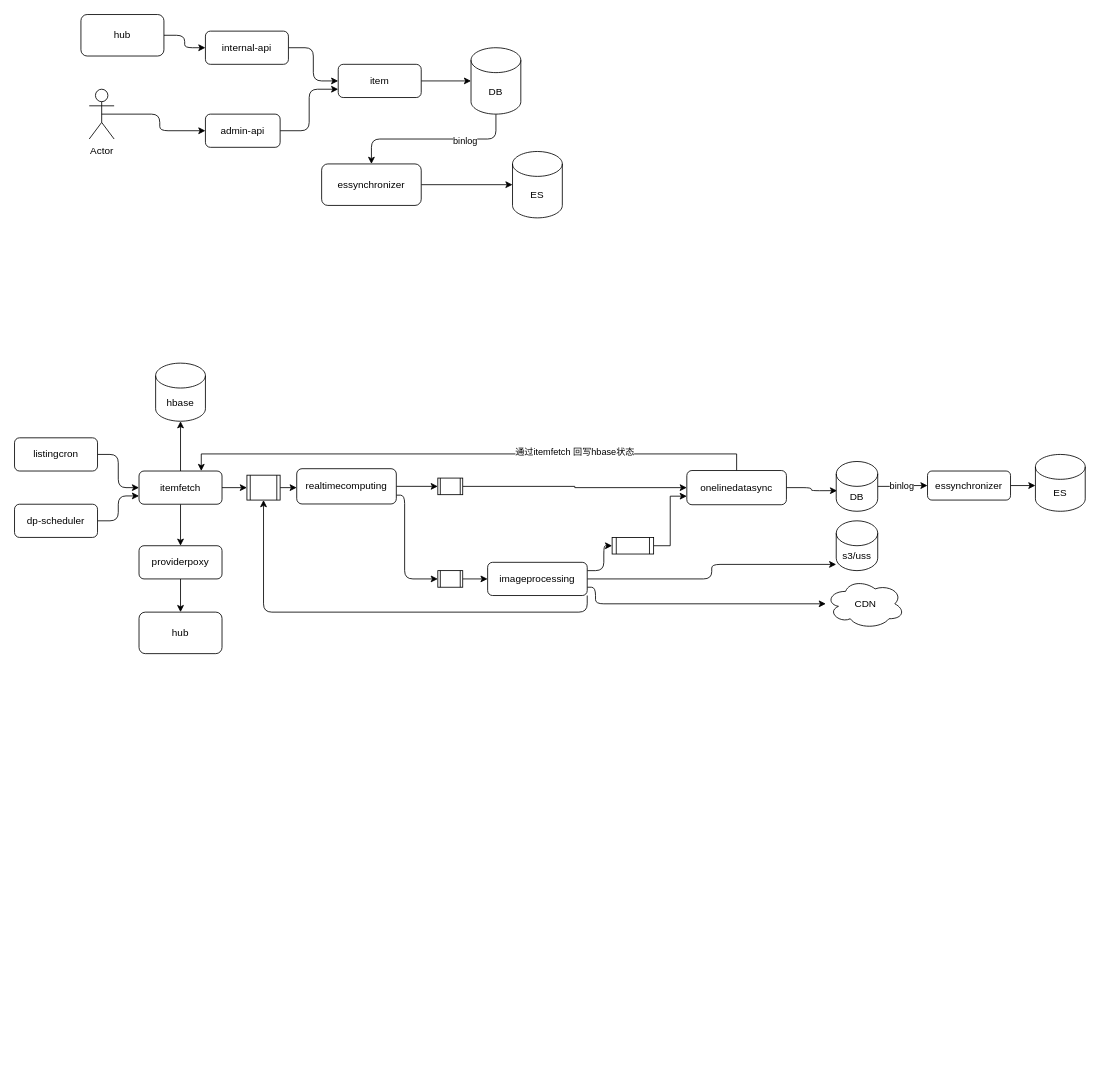
Before: page "同步架构梳理" (2 of 2) of source/diagrams/movie.drawio in wxquare/wxquare.github.io, a draw.io diagram. Source tidied: cells renumbered, new cells numbered last; positions are measured from the earlier drawing's top-left corner, leaving out a move shared by most shapes. Both pictures are drawn from the tidied source at 83%, with x=0, y=0 at pixel (14, 14).
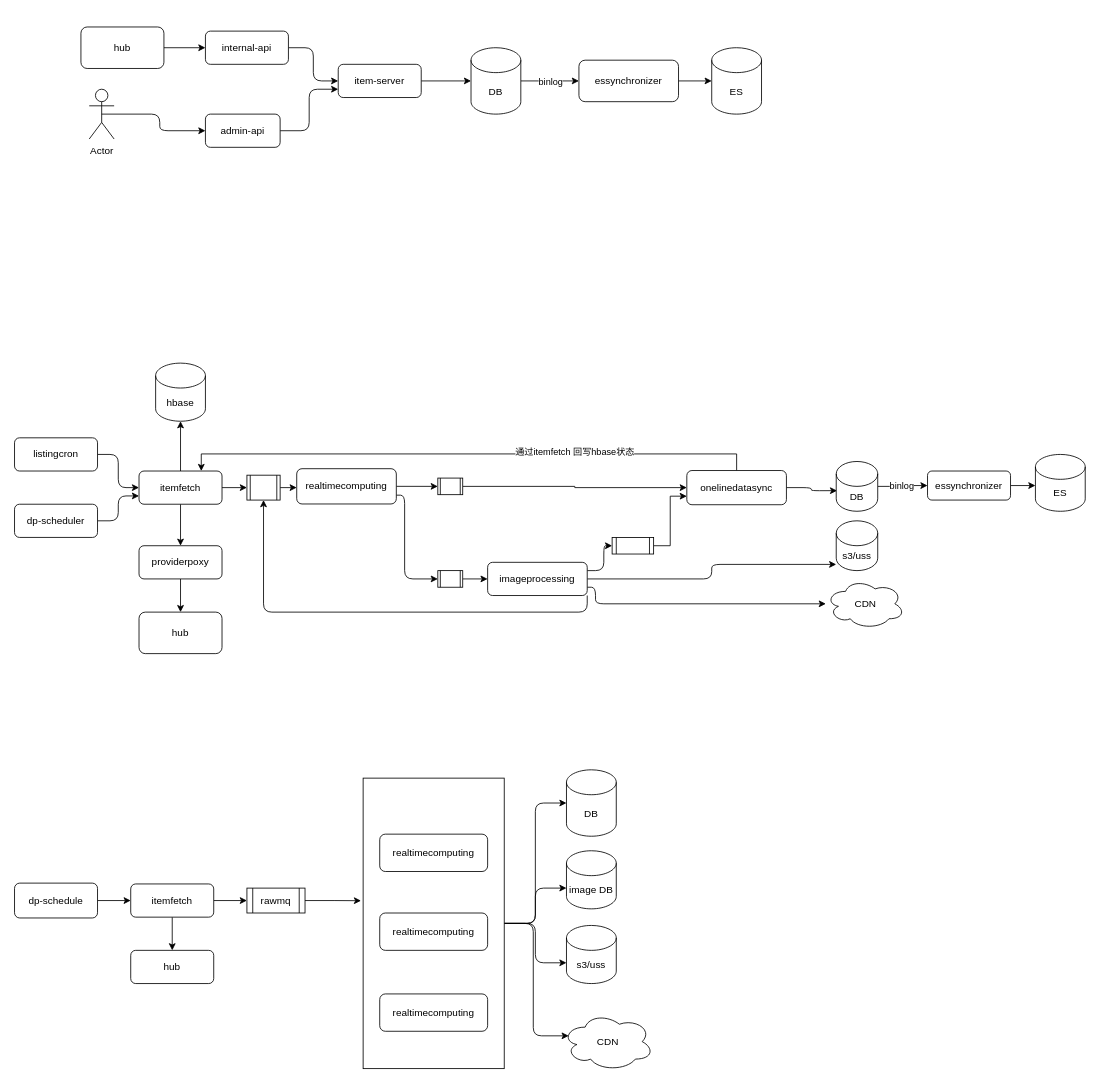
The same diagram, later.

The change refers to these unchanged cells:
```xml
<mxCell id="8" value="DB" style="shape=cylinder3;whiteSpace=wrap;html=1;boundedLbl=1;backgroundOutline=1;size=15;" parent="1" vertex="1">
  <mxGeometry x="550" y="40" width="60" height="80" as="geometry" />
</mxCell>
```

The edit, as a diff of the source:
```diff
@@
+    <mxCell id="58" style="edgeStyle=orthogonalEdgeStyle;rounded=1;jettySize=auto;html=1;exitX=1;exitY=0.5;exitDx=0;exitDy=0;entryX=0;entryY=0.5;entryDx=0;entryDy=0;entryPerimeter=0;" parent="1" edge="1" source="62" target="70">
+      <mxGeometry relative="1" as="geometry" />
+    </mxCell>
+    <mxCell id="59" style="edgeStyle=orthogonalEdgeStyle;rounded=1;jettySize=auto;html=1;exitX=1;exitY=0.5;exitDx=0;exitDy=0;entryX=0;entryY=0;entryDx=0;entryDy=45;entryPerimeter=0;" parent="1" edge="1" source="62" target="73">
+      <mxGeometry relative="1" as="geometry" />
+    </mxCell>
+    <mxCell id="60" style="edgeStyle=orthogonalEdgeStyle;rounded=1;jettySize=auto;html=1;exitX=1;exitY=0.5;exitDx=0;exitDy=0;entryX=0;entryY=0;entryDx=0;entryDy=45;entryPerimeter=0;" parent="1" edge="1" source="62" target="74">
+      <mxGeometry relative="1" as="geometry" />
+    </mxCell>
+    <mxCell id="61" style="edgeStyle=orthogonalEdgeStyle;rounded=1;jettySize=auto;html=1;exitX=1;exitY=0.5;exitDx=0;exitDy=0;entryX=0.07;entryY=0.4;entryDx=0;entryDy=0;entryPerimeter=0;" parent="1" edge="1" source="62" target="75">
+      <mxGeometry relative="1" as="geometry" />
+    </mxCell>
+    <mxCell id="62" style="rounded=0;whiteSpace=wrap;html=1;" parent="1" vertex="1">
+      <mxGeometry x="420" y="920" width="170" height="350" as="geometry" />
+    </mxCell>
@@
-    <mxCell id="5" value="item" style="rounded=1;whiteSpace=wrap;html=1;" parent="1" vertex="1">
+    <mxCell id="5" value="item-server" style="rounded=1;whiteSpace=wrap;html=1;" parent="1" vertex="1">
       <mxGeometry x="390" y="60" width="100" height="40" as="geometry" />
     </mxCell>
-    <mxCell id="6" style="edgeStyle=orthogonalEdgeStyle;rounded=1;jettySize=auto;html=1;exitX=0.5;exitY=1;exitDx=0;exitDy=0;exitPerimeter=0;entryX=0.5;entryY=0;entryDx=0;entryDy=0;" parent="1" edge="1" source="8" target="16">
+    <mxCell id="6" style="edgeStyle=orthogonalEdgeStyle;rounded=0;jettySize=auto;html=1;exitX=1;exitY=0.5;exitDx=0;exitDy=0;exitPerimeter=0;" parent="1" edge="1" source="8" target="16">
       <mxGeometry relative="1" as="geometry" />
     </mxCell>
     <mxCell id="7" value="binlog" style="edgeLabel;html=1;align=center;verticalAlign=middle;" parent="6" vertex="1">
-      <mxGeometry x="-0.35" y="2" relative="1" as="geometry" />
+      <mxGeometry x="0.01" y="-1" relative="1" as="geometry" />
     </mxCell>
@@
     <mxCell id="10" value="hub" style="rounded=1;whiteSpace=wrap;html=1;" parent="1" vertex="1">
-      <mxGeometry x="80" width="100" height="50" as="geometry" />
+      <mxGeometry x="80" y="15" width="100" height="50" as="geometry" />
     </mxCell>
@@
     <mxCell id="16" value="essynchronizer" style="rounded=1;whiteSpace=wrap;html=1;" parent="1" vertex="1">
-      <mxGeometry x="370" y="180" width="120" height="50" as="geometry" />
+      <mxGeometry x="680" y="55" width="120" height="50" as="geometry" />
     </mxCell>
     <mxCell id="17" value="ES" style="shape=cylinder3;whiteSpace=wrap;html=1;boundedLbl=1;backgroundOutline=1;size=15;" parent="1" vertex="1">
-      <mxGeometry x="600" y="165" width="60" height="80" as="geometry" />
+      <mxGeometry x="840" y="40" width="60" height="80" as="geometry" />
     </mxCell>
@@
+    <mxCell id="63" style="edgeStyle=orthogonalEdgeStyle;rounded=0;jettySize=auto;html=1;exitX=0.5;exitY=1;exitDx=0;exitDy=0;" parent="1" edge="1" source="65" target="66">
+      <mxGeometry relative="1" as="geometry" />
+    </mxCell>
+    <mxCell id="64" style="edgeStyle=orthogonalEdgeStyle;rounded=0;jettySize=auto;html=1;exitX=1;exitY=0.5;exitDx=0;exitDy=0;" parent="1" edge="1" source="65" target="69">
+      <mxGeometry relative="1" as="geometry" />
+    </mxCell>
+    <mxCell id="65" value="itemfetch" style="rounded=1;whiteSpace=wrap;html=1;" parent="1" vertex="1">
+      <mxGeometry x="140" y="1047.5" width="100" height="40" as="geometry" />
+    </mxCell>
+    <mxCell id="66" value="hub" style="rounded=1;whiteSpace=wrap;html=1;" parent="1" vertex="1">
+      <mxGeometry x="140" y="1127.5" width="100" height="40" as="geometry" />
+    </mxCell>
+    <mxCell id="67" value="realtimecomputing" style="rounded=1;whiteSpace=wrap;html=1;" parent="1" vertex="1">
+      <mxGeometry x="440" y="987.5" width="130" height="45" as="geometry" />
+    </mxCell>
+    <mxCell id="68" style="edgeStyle=orthogonalEdgeStyle;rounded=0;jettySize=auto;html=1;exitX=1;exitY=0.5;exitDx=0;exitDy=0;entryX=-0.015;entryY=0.422;entryDx=0;entryDy=0;entryPerimeter=0;" parent="1" edge="1" source="69" target="62">
+      <mxGeometry relative="1" as="geometry" />
+    </mxCell>
+    <mxCell id="69" value="rawmq" style="shape=process;whiteSpace=wrap;html=1;backgroundOutline=1;" parent="1" vertex="1">
+      <mxGeometry x="280" y="1052.5" width="70" height="30" as="geometry" />
+    </mxCell>
+    <mxCell id="70" value="DB" style="shape=cylinder3;whiteSpace=wrap;html=1;boundedLbl=1;backgroundOutline=1;size=15;" parent="1" vertex="1">
+      <mxGeometry x="665" y="910" width="60" height="80" as="geometry" />
+    </mxCell>
+    <mxCell id="71" style="edgeStyle=orthogonalEdgeStyle;rounded=0;jettySize=auto;html=1;exitX=1;exitY=0.5;exitDx=0;exitDy=0;entryX=0;entryY=0.5;entryDx=0;entryDy=0;" parent="1" edge="1" source="72" target="65">
+      <mxGeometry relative="1" as="geometry" />
+    </mxCell>
+    <mxCell id="72" value="dp-schedule" style="rounded=1;whiteSpace=wrap;html=1;" parent="1" vertex="1">
+      <mxGeometry y="1046.5" width="100" height="42" as="geometry" />
+    </mxCell>
+    <mxCell id="73" value="image DB" style="shape=cylinder3;whiteSpace=wrap;html=1;boundedLbl=1;backgroundOutline=1;size=15;" parent="1" vertex="1">
+      <mxGeometry x="665" y="1007.5" width="60" height="70" as="geometry" />
+    </mxCell>
+    <mxCell id="74" value="s3/uss" style="shape=cylinder3;whiteSpace=wrap;html=1;boundedLbl=1;backgroundOutline=1;size=15;" parent="1" vertex="1">
+      <mxGeometry x="665" y="1097.5" width="60" height="70" as="geometry" />
+    </mxCell>
+    <mxCell id="75" value="CDN" style="ellipse;shape=cloud;whiteSpace=wrap;html=1;" parent="1" vertex="1">
+      <mxGeometry x="660" y="1202.5" width="110" height="70" as="geometry" />
+    </mxCell>
+    <mxCell id="76" value="realtimecomputing" style="rounded=1;whiteSpace=wrap;html=1;" parent="1" vertex="1">
+      <mxGeometry x="440" y="1082.5" width="130" height="45" as="geometry" />
+    </mxCell>
+    <mxCell id="77" value="realtimecomputing" style="rounded=1;whiteSpace=wrap;html=1;" parent="1" vertex="1">
+      <mxGeometry x="440" y="1180" width="130" height="45" as="geometry" />
+    </mxCell>
```
